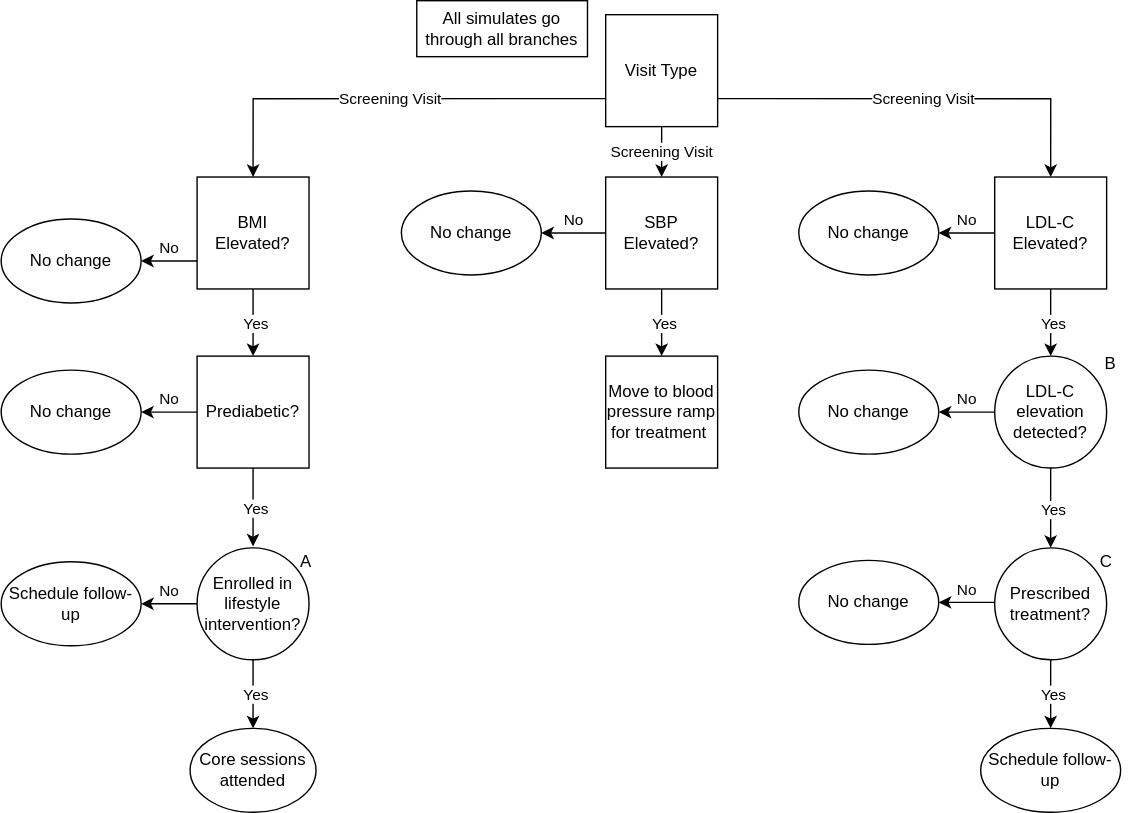
Before: docs/source/concept_models/vivarium_us_cvd/decision_tree_screening.svg, a diagram exported from draw.io (ihmeuw/vivarium_research). Source tidied: cells renumbered, new cells last; positions are measured from the earlier drawing's top-left corner, leaving out a move shared by most shapes.
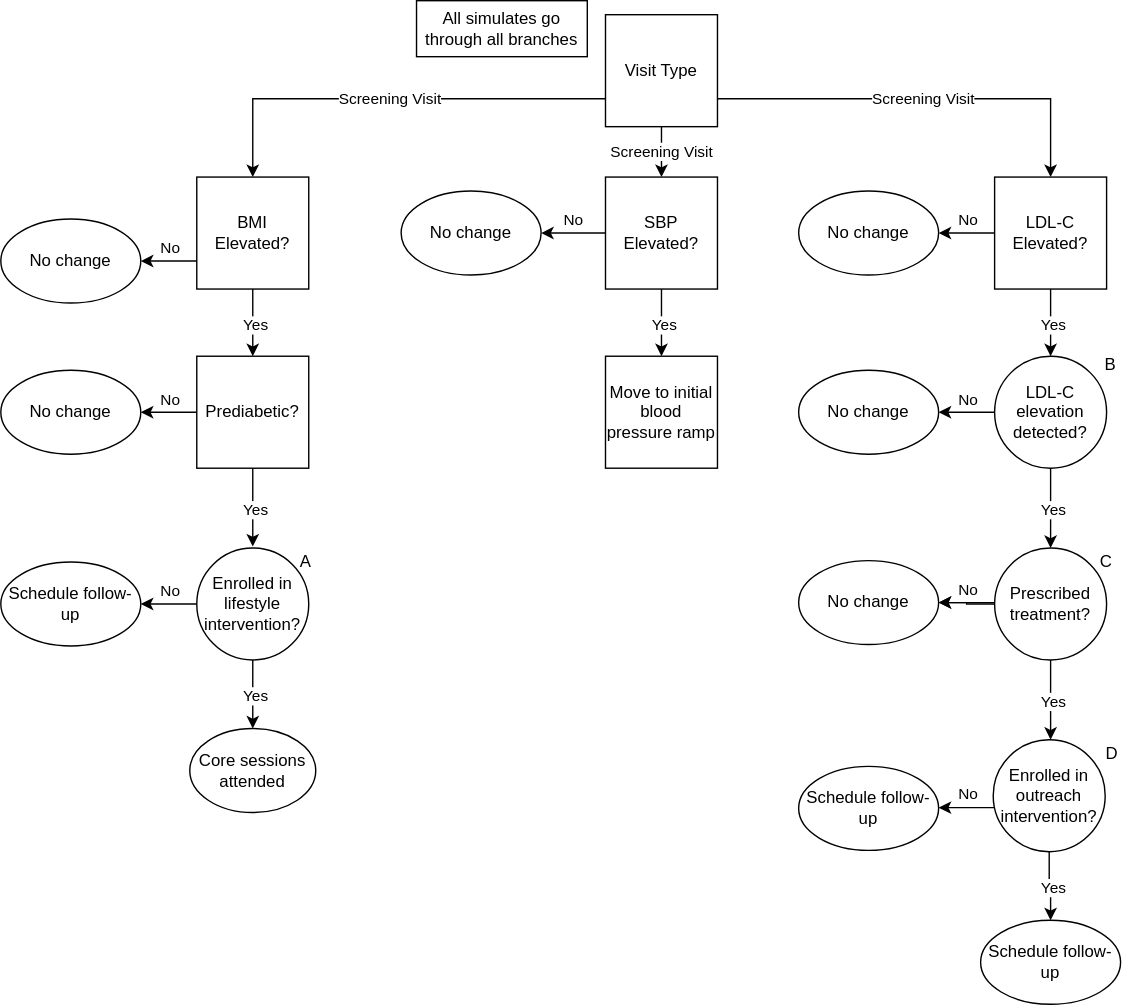
After the change.

What changed in the source:
```diff
@@ -116,6 +116,9 @@
     <mxCell id="35" value="Yes" style="edgeLabel;html=1;align=center;verticalAlign=middle;" parent="34" vertex="1">
       <mxGeometry x="0.02" y="1" relative="1" as="geometry" />
     </mxCell>
+    <mxCell id="55" style="edgeStyle=orthogonalEdgeStyle;rounded=0;jettySize=auto;html=1;" parent="1" edge="1" source="36" target="49">
+      <mxGeometry relative="1" as="geometry" />
+    </mxCell>
     <mxCell id="36" value="Prescribed treatment?" style="ellipse;whiteSpace=wrap;html=1;" parent="1" vertex="1">
       <mxGeometry x="710" y="391" width="80" height="80" as="geometry" />
     </mxCell>
@@ -173,19 +176,46 @@
     <mxCell id="50" value="Core sessions attended" style="ellipse;whiteSpace=wrap;html=1;" parent="1" vertex="1">
       <mxGeometry x="135" y="520" width="90" height="60" as="geometry" />
     </mxCell>
-    <mxCell id="51" value="Move to blood pressure ramp for treatment&amp;nbsp;" style="whiteSpace=wrap;html=1;" parent="1" vertex="1">
+    <mxCell id="51" value="Move to initial blood pressure ramp" style="whiteSpace=wrap;html=1;" parent="1" vertex="1">
       <mxGeometry x="432" y="254" width="80" height="80" as="geometry" />
     </mxCell>
-    <mxCell id="52" style="edgeStyle=orthogonalEdgeStyle;rounded=0;jettySize=auto;html=1;exitX=0.5;exitY=1;exitDx=0;exitDy=0;" parent="1" edge="1" source="36">
-      <mxGeometry relative="1" as="geometry">
-        <mxPoint x="750" y="520" as="targetPoint" />
-      </mxGeometry>
-    </mxCell>
-    <mxCell id="53" value="Yes" style="edgeLabel;html=1;align=center;verticalAlign=middle;" parent="52" vertex="1">
-      <mxGeometry x="0.02" y="1" relative="1" as="geometry" />
-    </mxCell>
-    <mxCell id="54" value="Schedule follow-up" style="ellipse;whiteSpace=wrap;html=1;" parent="1" vertex="1">
-      <mxGeometry x="700" y="520" width="100" height="60" as="geometry" />
-    </mxCell>
+    <mxCell id="56" style="edgeStyle=orthogonalEdgeStyle;rounded=0;orthogonalLoop=1;jettySize=auto;html=1;exitX=0.5;exitY=1;exitDx=0;exitDy=0;entryX=0.5;entryY=0;entryDx=0;entryDy=0;" parent="1" edge="1">
+      <mxGeometry relative="1" as="geometry">
+        <mxPoint x="750" y="471" as="sourcePoint" />
+        <mxPoint x="750" y="528" as="targetPoint" />
+      </mxGeometry>
+    </mxCell>
+    <mxCell id="57" value="Yes" style="edgeLabel;html=1;align=center;verticalAlign=middle;" parent="56" vertex="1">
+      <mxGeometry x="0.02" y="1" relative="1" as="geometry" />
+    </mxCell>
+    <mxCell id="58" value="Schedule follow-up" style="ellipse;whiteSpace=wrap;html=1;" parent="1" vertex="1">
+      <mxGeometry x="700" y="657" width="100" height="60" as="geometry" />
+    </mxCell>
+    <mxCell id="59" value="Enrolled in outreach intervention?" style="ellipse;whiteSpace=wrap;html=1;" parent="1" vertex="1">
+      <mxGeometry x="709" y="528" width="80" height="80" as="geometry" />
+    </mxCell>
+    <mxCell id="60" value="D" style="text;html=1;strokeColor=none;fillColor=none;align=center;verticalAlign=middle;whiteSpace=wrap;rounded=0;" parent="1" vertex="1">
+      <mxGeometry x="774" y="528" width="40" height="20" as="geometry" />
+    </mxCell>
+    <mxCell id="61" style="edgeStyle=orthogonalEdgeStyle;rounded=0;jettySize=auto;html=1;exitX=0.5;exitY=1;exitDx=0;exitDy=0;entryX=0.5;entryY=0;entryDx=0;entryDy=0;" parent="1" edge="1" source="59" target="58">
+      <mxGeometry relative="1" as="geometry" />
+    </mxCell>
+    <mxCell id="62" value="Yes" style="edgeLabel;html=1;align=center;verticalAlign=middle;" parent="61" vertex="1">
+      <mxGeometry x="0.02" y="1" relative="1" as="geometry" />
+    </mxCell>
+    <mxCell id="63" value="Schedule follow-up" style="ellipse;whiteSpace=wrap;html=1;" parent="1" vertex="1">
+      <mxGeometry x="570" y="547" width="100" height="60" as="geometry" />
+    </mxCell>
+    <mxCell id="64" style="edgeStyle=orthogonalEdgeStyle;rounded=0;orthogonalLoop=1;jettySize=auto;html=1;exitX=0;exitY=0.5;exitDx=0;exitDy=0;entryX=1;entryY=0.5;entryDx=0;entryDy=0;" parent="1" edge="1">
+      <mxGeometry relative="1" as="geometry">
+        <mxPoint x="710" y="576.5" as="sourcePoint" />
+        <mxPoint x="670" y="576.5" as="targetPoint" />
+      </mxGeometry>
+    </mxCell>
+    <mxCell id="65" value="No" style="edgeLabel;html=1;align=center;verticalAlign=middle;" parent="64" vertex="1">
+      <mxGeometry x="0.4" y="-1" relative="1" as="geometry">
+        <mxPoint x="8" y="-9" as="offset" />
+      </mxGeometry>
+    </mxCell>
   </root>
 </mxGraphModel>
```
